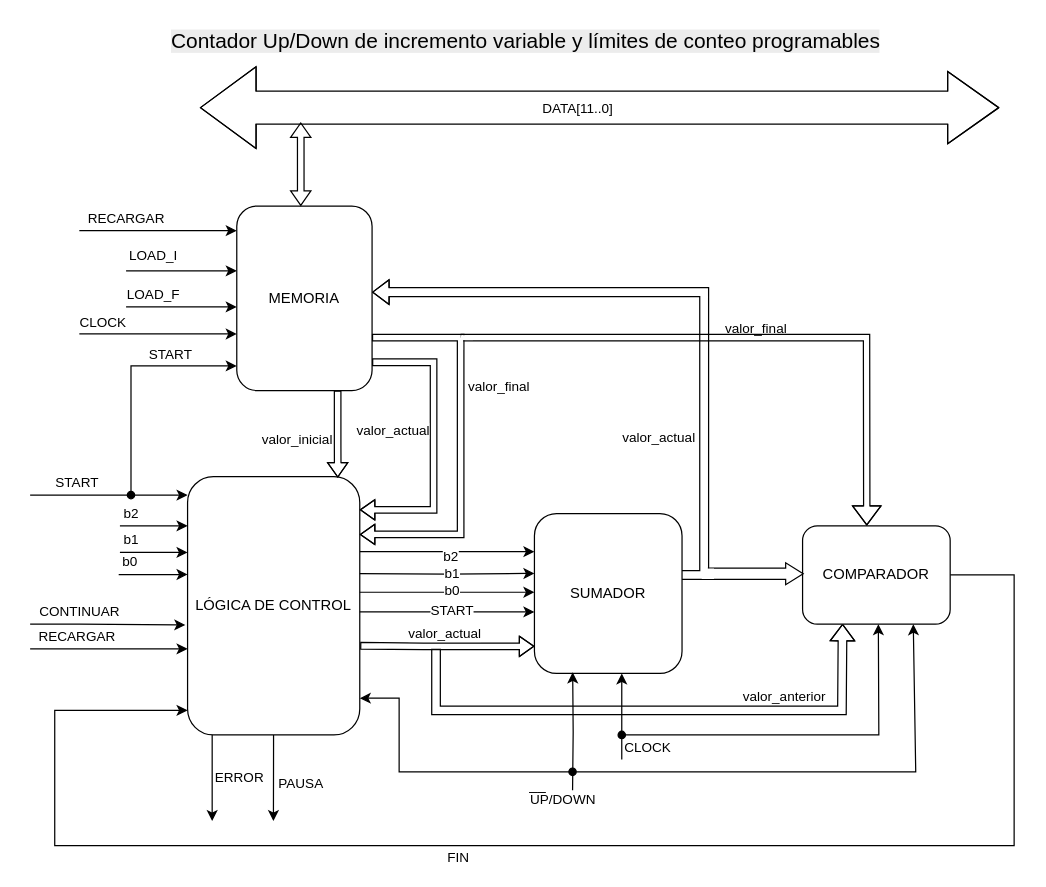
Before: page "Contador Up/Down" (2 of 4) of Integrador/Integrador.drawio in albertinap/IDL, a draw.io diagram. Source tidied: cells renumbered, new cells numbered last; positions are measured from the earlier drawing's top-left corner, leaving out a move shared by most shapes. Both pictures are drawn from the tidied source at 123%, with x=0, y=0 at pixel (30, 21).
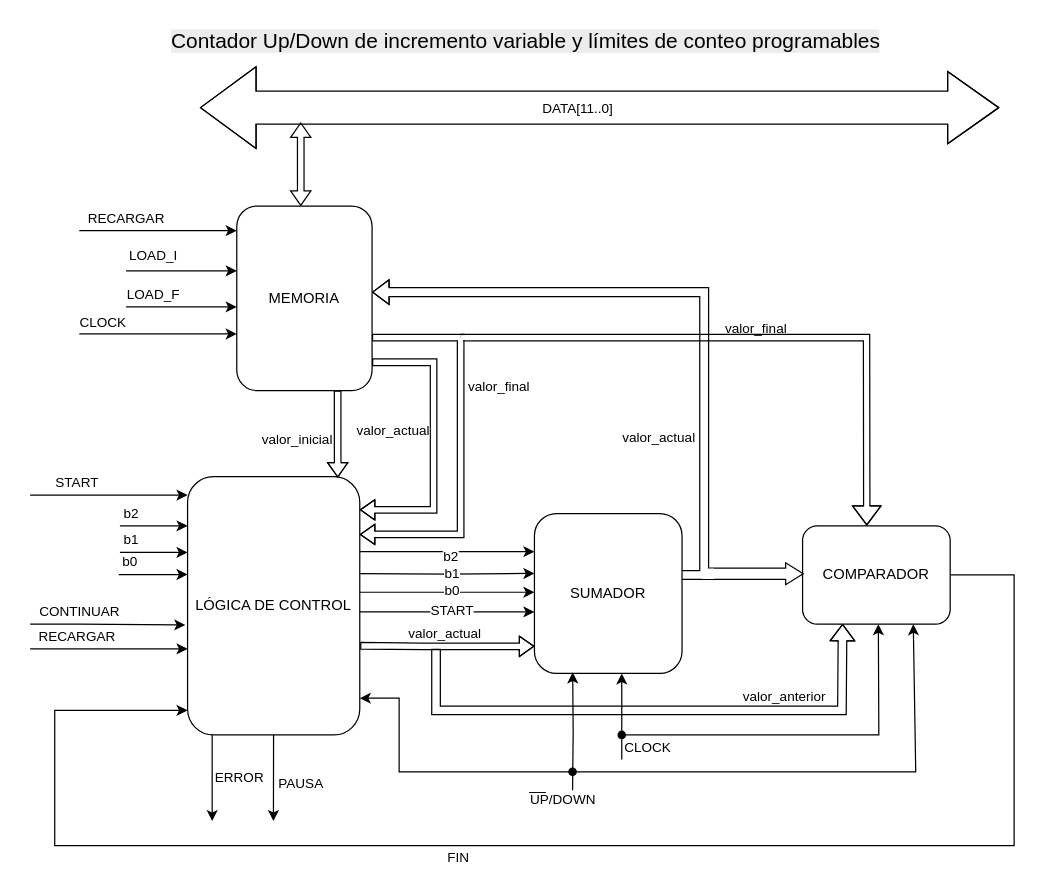
The same diagram, later.

What changed in the source:
```diff
@@
-    <mxCell id="60" style="endArrow=classic;html=1;rounded=0;startArrow=oval;startFill=1;" parent="1" edge="1">
-      <mxGeometry relative="1" as="geometry">
-        <mxPoint x="82" y="385" as="sourcePoint" />
-        <mxPoint x="168" y="280" as="targetPoint" />
-        <Array as="points">
-          <mxPoint x="82" y="280" />
-        </Array>
-      </mxGeometry>
-    </mxCell>
-    <mxCell id="61" value="START" style="edgeLabel;html=1;align=center;verticalAlign=middle;" parent="1" vertex="1">
-      <mxGeometry x="113" y="270" as="geometry" />
-    </mxCell>
```
